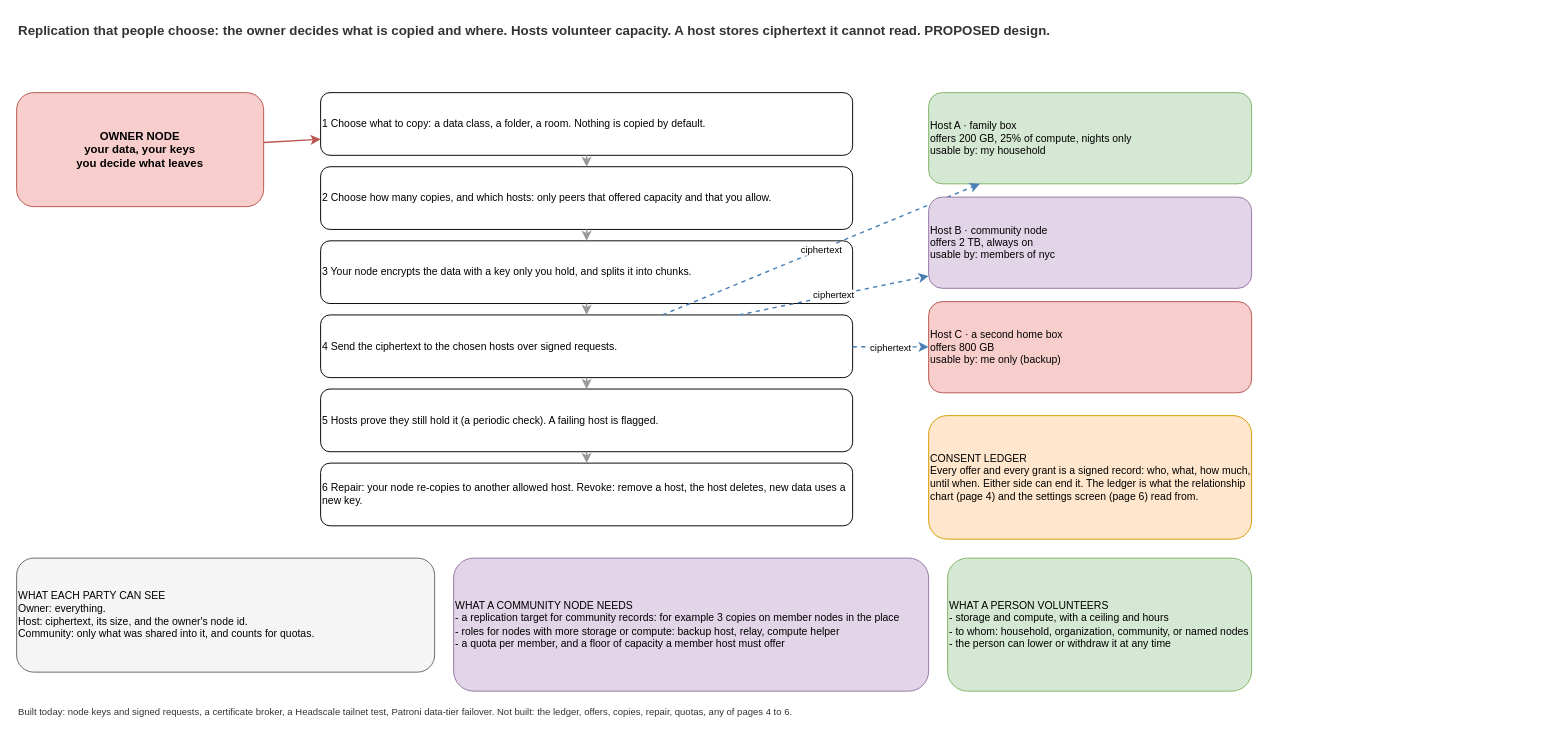
This is page "9 Self-selecting replication" (9 of 12) of docs/architecture/NODE_MESH_AND_DATA_SHARING.drawio from CosmopolitanCoalition/fair-constitution-app, a draw.io file, before an edit. Source tidied: cells renumbered, new cells numbered last; positions are measured from the earlier drawing's top-left corner, leaving out a move shared by most shapes. Both pictures are drawn from the tidied source at 95%, with x=0, y=0 at pixel (16, 16).
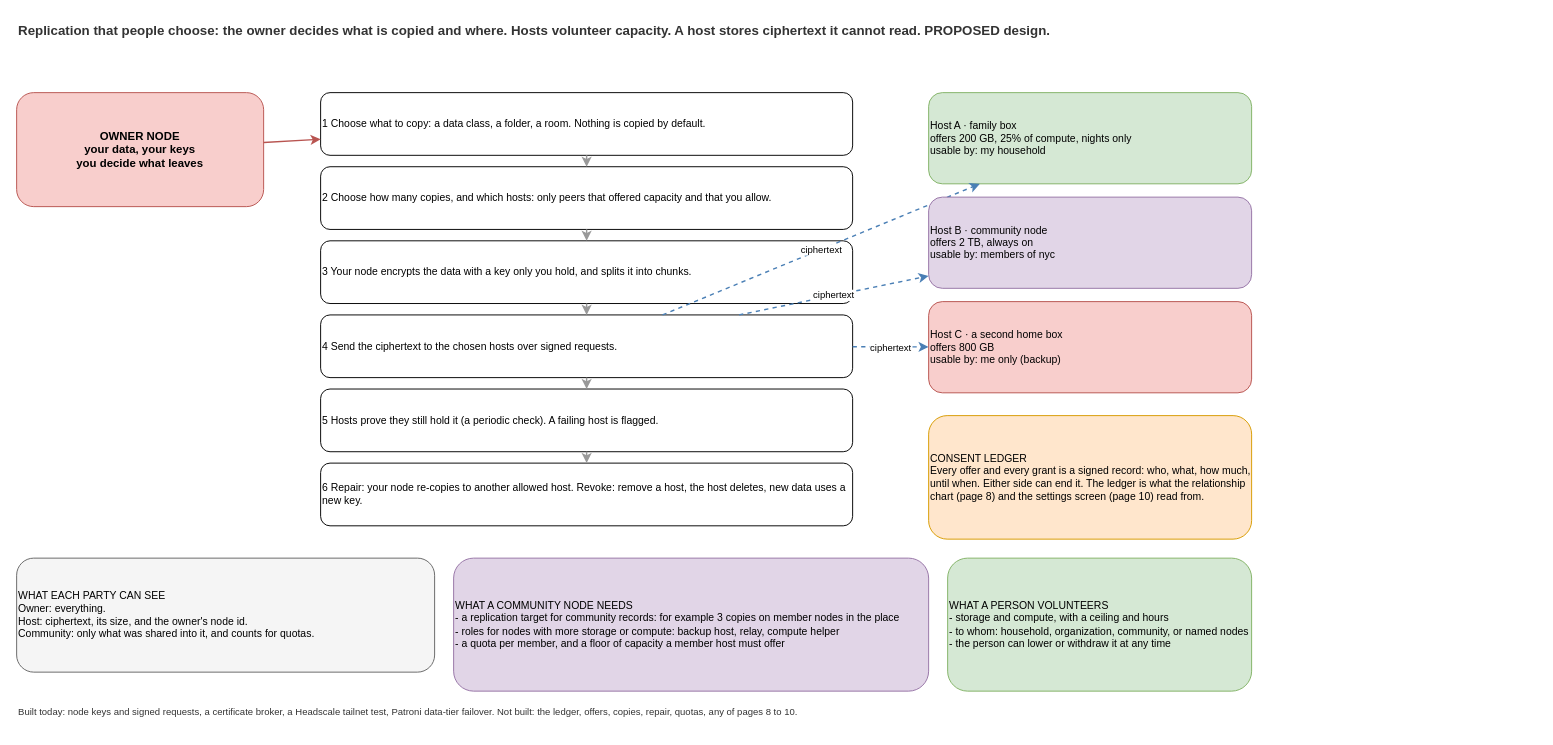
The same diagram, later.

Commit message (it also covers changes not shown here):
Merge NODE_PARADIGM.drawio into NODE_MESH_AND_DATA_SHARING.drawio: twelve pages, page references renumbered

What changed in the source:
```diff
@@
-    <mxCell id="22" value="CONSENT LEDGER&lt;br&gt;Every offer and every grant is a signed record: who, what, how much, until when. Either side can end it. The ledger is what the relationship chart (page 4) and the settings screen (page 6) read from." style="rounded=1;whiteSpace=wrap;html=1;fillColor=#ffe6cc;strokeColor=#d79b00;fontSize=11;align=left;verticalAlign=middle;" parent="1" vertex="1">
+    <mxCell id="22" value="CONSENT LEDGER&lt;br&gt;Every offer and every grant is a signed record: who, what, how much, until when. Either side can end it. The ledger is what the relationship chart (page 8) and the settings screen (page 10) read from." style="rounded=1;whiteSpace=wrap;html=1;fillColor=#ffe6cc;strokeColor=#d79b00;fontSize=11;align=left;verticalAlign=middle;" parent="1" vertex="1">
       <mxGeometry x="960" y="420" width="340" height="130" as="geometry" />
     </mxCell>
@@
-    <mxCell id="26" value="Built today: node keys and signed requests, a certificate broker, a Headscale tailnet test, Patroni data-tier failover. Not built: the ledger, offers, copies, repair, quotas, any of pages 4 to 6." style="text;html=1;whiteSpace=wrap;strokeColor=none;fillColor=none;fontSize=10;align=left;verticalAlign=top;fontColor=#333333;" parent="1" vertex="1">
+    <mxCell id="26" value="Built today: node keys and signed requests, a certificate broker, a Headscale tailnet test, Patroni data-tier failover. Not built: the ledger, offers, copies, repair, quotas, any of pages 8 to 10." style="text;html=1;whiteSpace=wrap;strokeColor=none;fillColor=none;fontSize=10;align=left;verticalAlign=top;fontColor=#333333;" parent="1" vertex="1">
       <mxGeometry y="720" width="1300" height="30" as="geometry" />
     </mxCell>
```
